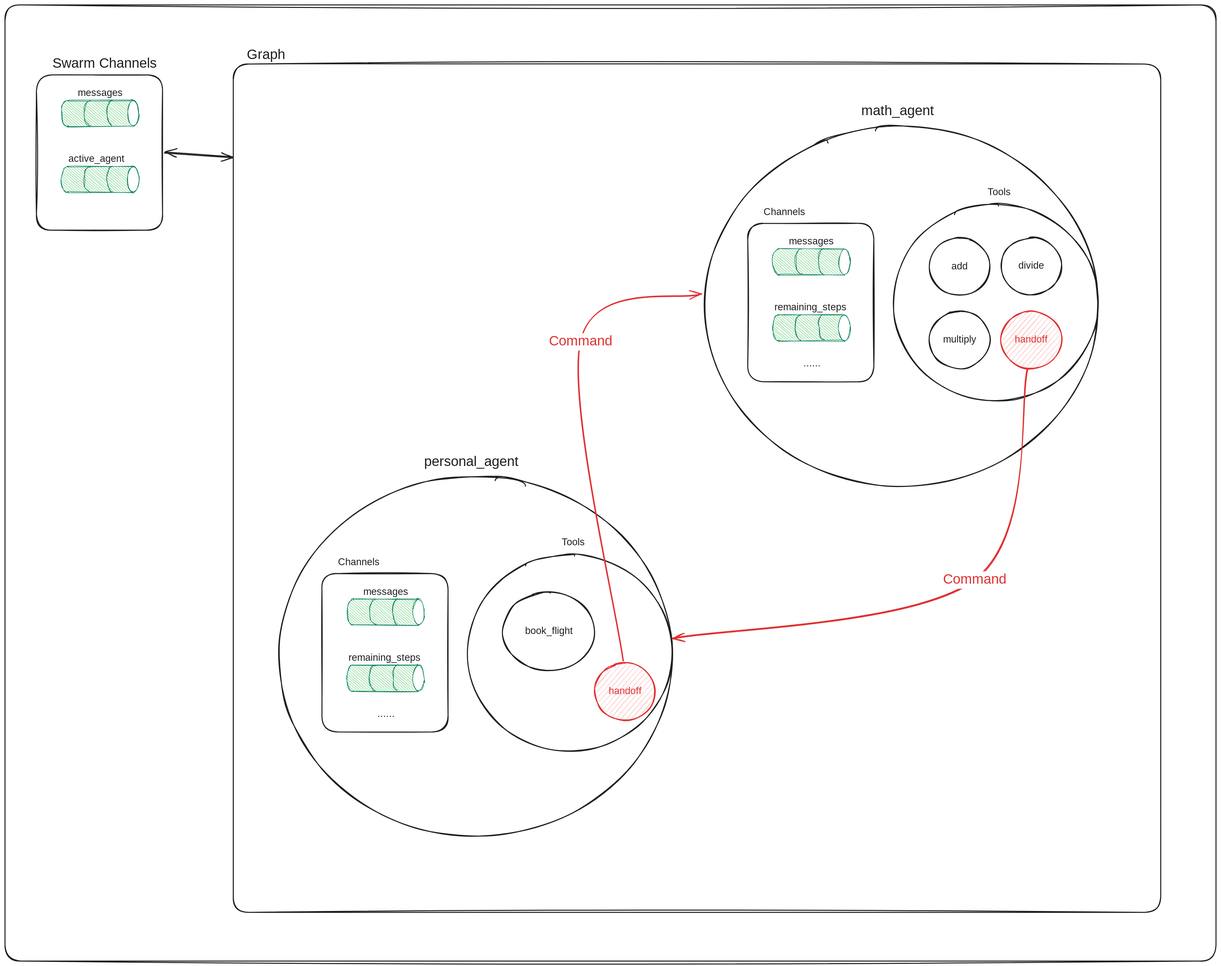
theo1893/theo1893.github.io keeps this Excalidraw diagram as source/_posts/LangGraphSwarm/pregel.svg. Above is the earlier version. Source tidied: one line per element, renumbered; positions are measured from the earlier drawing's top-left corner, leaving out a move shared by most shapes.
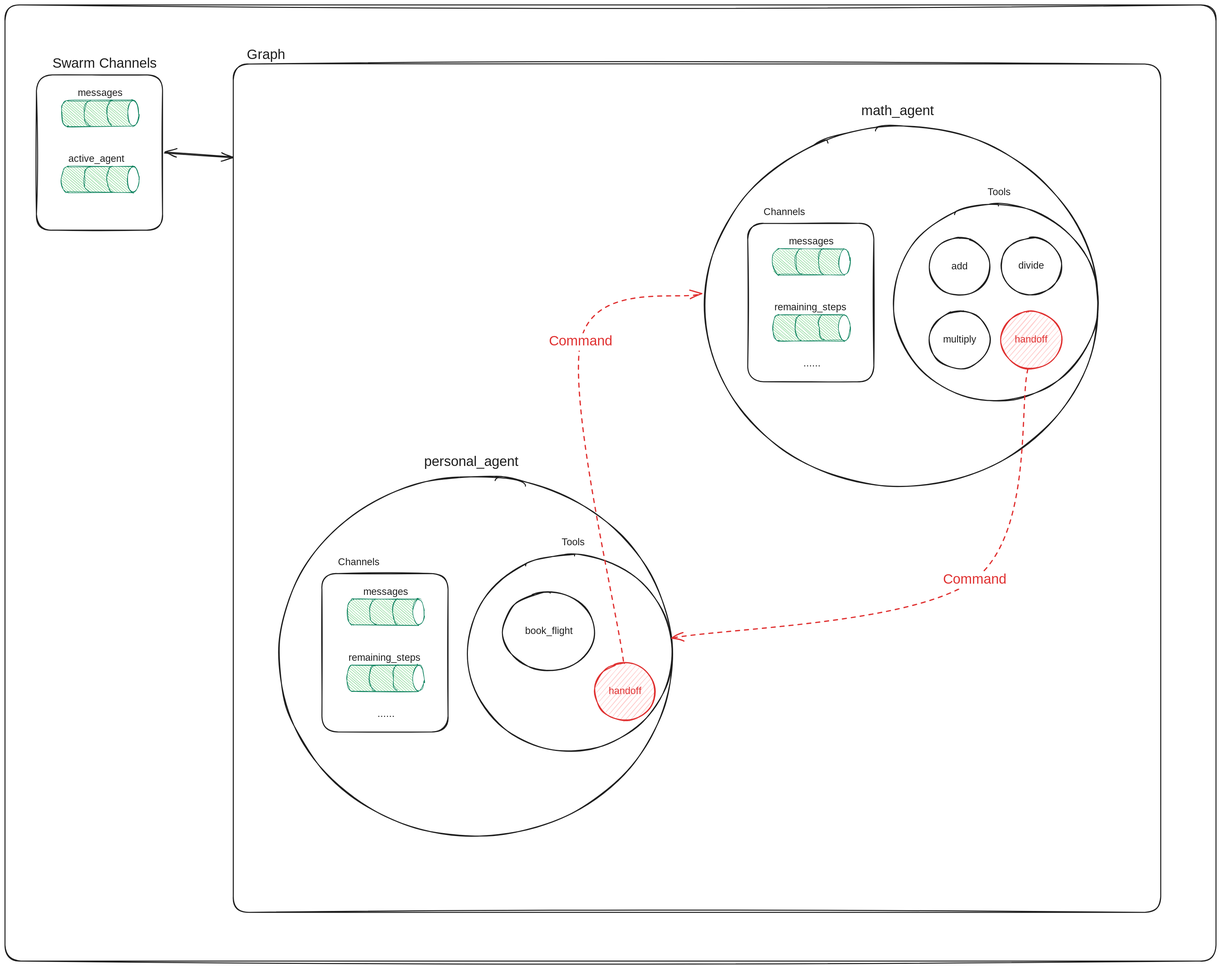
The same file after the commit.

What changed in the source:
```diff
@@ -60,7 +60,7 @@
 {"id": 59, "type": "text", "text": "personal_agent", "strokeColor": "#1e1e1e", "strokeWidth": 2, "roughness": 1, "fontSize": 28, "fontFamily": 5, "x": 843, "y": 902, "width": 206, "height": 35}
 {"id": 60, "type": "rectangle", "strokeColor": "#1e1e1e", "strokeWidth": 2, "roughness": 1, "round": true, "x": 459, "y": 119, "width": 1865, "height": 1705}
 {"id": 61, "type": "text", "text": "Graph", "strokeColor": "#1e1e1e", "strokeWidth": 2, "roughness": 1, "fontSize": 28, "fontFamily": 5, "x": 486, "y": 84, "width": 79, "height": 35}
-{"id": 62, "type": "arrow", "strokeColor": "#e03131", "strokeWidth": 2, "roughness": 1, "endArrowhead": "arrow", "round": true, "from": 34, "to": 56, "x": 2057, "y": 731, "width": 715, "height": 542, "points": [[0, 0], [-107, 425], [-715, 542]]}
+{"id": 62, "type": "arrow", "strokeColor": "#e03131", "strokeWidth": 2, "strokeStyle": "dashed", "roughness": 1, "endArrowhead": "arrow", "round": true, "from": 34, "to": 56, "x": 2057, "y": 731, "width": 715, "height": 542, "points": [[0, 0], [-107, 425], [-715, 542]]}
 {"id": 63, "type": "text", "text": "Command", "strokeColor": "#e03131", "strokeWidth": 2, "roughness": 1, "fontSize": 28, "fontFamily": 5, "textAlign": "center", "verticalAlign": "middle", "inside": 62, "x": 1890, "y": 1138, "width": 119, "height": 35}
-{"id": 64, "type": "arrow", "strokeColor": "#e03131", "strokeWidth": 2, "roughness": 1, "endArrowhead": "arrow", "round": true, "from": 54, "to": 26, "x": 1243, "y": 1319, "width": 243, "height": 738, "points": [[0, 0], [-85, -642], [158, -738]]}
+{"id": 64, "type": "arrow", "strokeColor": "#e03131", "strokeWidth": 2, "strokeStyle": "dashed", "roughness": 1, "endArrowhead": "arrow", "round": true, "from": 54, "to": 26, "x": 1243, "y": 1319, "width": 243, "height": 738, "points": [[0, 0], [-85, -642], [158, -738]]}
 {"id": 65, "type": "text", "text": "Command", "strokeColor": "#e03131", "strokeWidth": 2, "roughness": 1, "fontSize": 28, "fontFamily": 5, "textAlign": "center", "verticalAlign": "middle", "inside": 64, "x": 1098, "y": 660, "width": 119, "height": 35}
```
